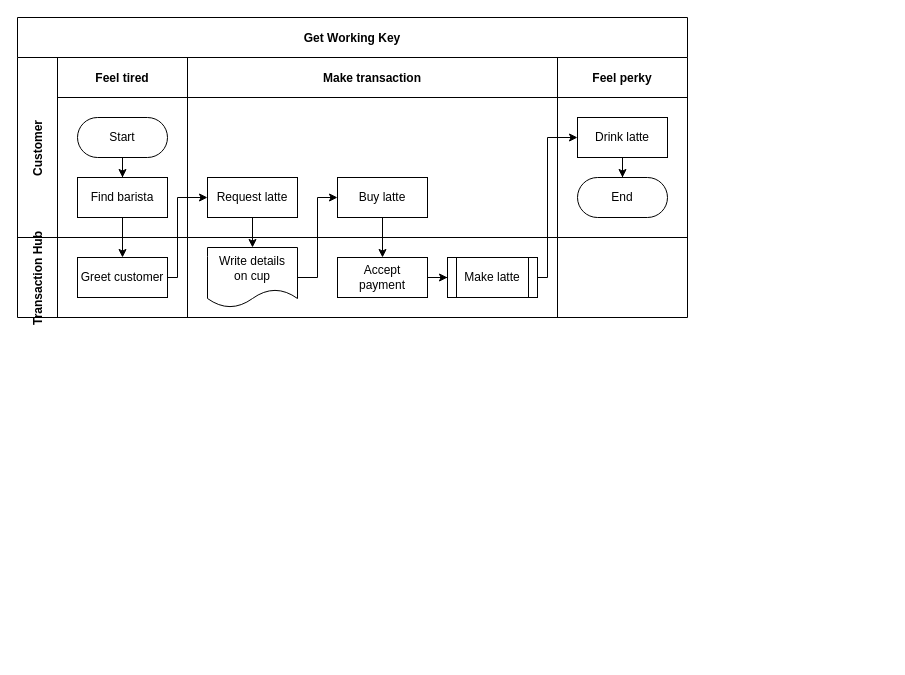
SmileDragonfly/transaction-hub keeps this draw.io diagram as docs/diagram.drawio. Above is the earlier version. Source tidied: cells renumbered, new cells numbered last; positions are measured from the earlier drawing's top-left corner, leaving out a move shared by most shapes. Both pictures are drawn from the tidied source at 100%, with x=0, y=0 at pixel (17, 17).
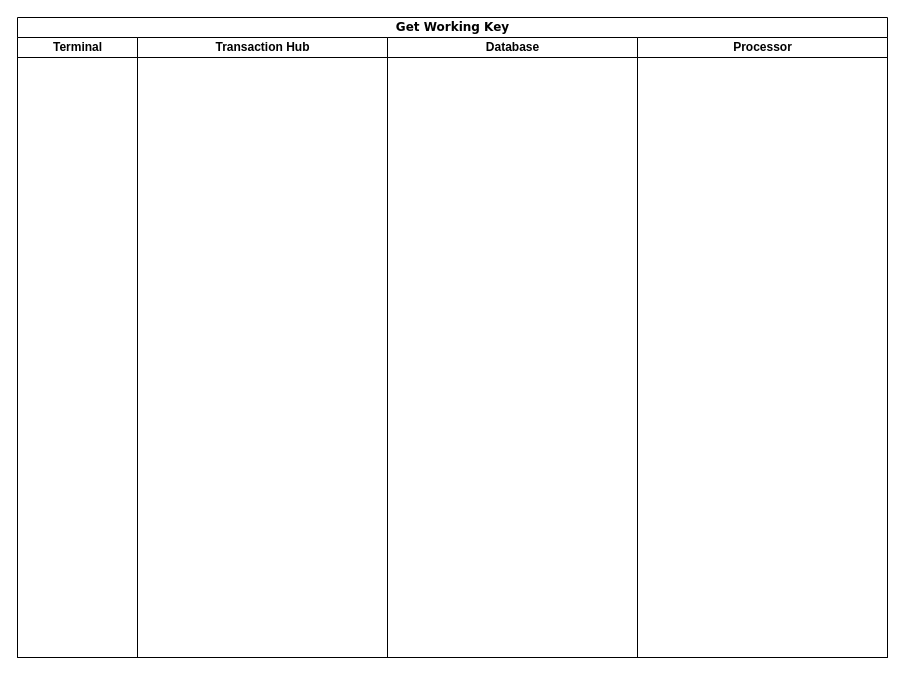
Above is the later version.

The edit, as a diff of the source:
```diff
@@
-    <mxCell id="2" value="Get Working Key" style="shape=table;childLayout=tableLayout;startSize=40;fillColor=none;fontStyle=1;" parent="1" vertex="1">
-      <mxGeometry width="670" height="300" as="geometry" />
+    <mxCell id="2" value="Get Working Key" style="swimlane;html=1;startSize=20;rounded=0;shadow=0;comic=0;labelBackgroundColor=none;strokeWidth=1;fontFamily=Verdana;fontSize=12;align=center;swimlaneLine=1;" parent="1" vertex="1">
+      <mxGeometry width="870" height="640" as="geometry" />
     </mxCell>
-    <mxCell id="3" style="edgeStyle=orthogonalEdgeStyle;rounded=0;jettySize=auto;html=1;" parent="2" edge="1" source="8" target="18">
-      <mxGeometry relative="1" as="geometry" />
-    </mxCell>
-    <mxCell id="4" value="Customer" style="shape=tableRow;horizontal=0;swimlaneHead=0;swimlaneBody=0;top=0;left=0;bottom=0;right=0;fillColor=none;startSize=40;fontStyle=1;" parent="2" vertex="1">
-      <mxGeometry y="40" width="670" height="180" as="geometry" />
-    </mxCell>
-    <mxCell id="5" value="Feel tired" style="swimlane;swimlaneHead=0;swimlaneBody=0;fillColor=none;startSize=40;fontStyle=1;" parent="4" vertex="1">
-      <mxGeometry x="40" width="130" height="180" as="geometry" />
-    </mxCell>
-    <mxCell id="6" style="edgeStyle=orthogonalEdgeStyle;rounded=0;jettySize=auto;html=1;" parent="5" edge="1" source="7" target="8">
-      <mxGeometry relative="1" as="geometry" />
-    </mxCell>
-    <mxCell id="7" value="Start" style="rounded=1;whiteSpace=wrap;html=1;arcSize=50;" parent="5" vertex="1">
-      <mxGeometry x="20" y="60" width="90" height="40" as="geometry" />
-    </mxCell>
-    <mxCell id="8" value="Find barista" style="rounded=0;whiteSpace=wrap;html=1;" parent="5" vertex="1">
-      <mxGeometry x="20" y="120" width="90" height="40" as="geometry" />
-    </mxCell>
-    <mxCell id="9" value="Make transaction" style="swimlane;swimlaneHead=0;swimlaneBody=0;fillColor=none;startSize=40;fontStyle=1;" parent="4" vertex="1">
-      <mxGeometry x="170" width="370" height="180" as="geometry" />
-    </mxCell>
-    <mxCell id="10" value="Request latte" style="rounded=0;whiteSpace=wrap;html=1;" parent="9" vertex="1">
-      <mxGeometry x="20" y="120" width="90" height="40" as="geometry" />
-    </mxCell>
-    <mxCell id="11" value="Buy latte" style="rounded=0;whiteSpace=wrap;html=1;" parent="9" vertex="1">
-      <mxGeometry x="150" y="120" width="90" height="40" as="geometry" />
-    </mxCell>
-    <mxCell id="12" value="Feel perky" style="swimlane;swimlaneHead=0;swimlaneBody=0;fillColor=none;startSize=40;fontStyle=1;" parent="4" vertex="1">
-      <mxGeometry x="540" width="130" height="180" as="geometry" />
-    </mxCell>
-    <mxCell id="13" style="edgeStyle=orthogonalEdgeStyle;rounded=0;jettySize=auto;html=1;" parent="12" edge="1" source="14" target="15">
-      <mxGeometry relative="1" as="geometry" />
-    </mxCell>
-    <mxCell id="14" value="Drink latte" style="rounded=0;whiteSpace=wrap;html=1;" parent="12" vertex="1">
-      <mxGeometry x="20" y="60" width="90" height="40" as="geometry" />
-    </mxCell>
-    <mxCell id="15" value="End" style="rounded=1;whiteSpace=wrap;html=1;arcSize=50;" parent="12" vertex="1">
-      <mxGeometry x="20" y="120" width="90" height="40" as="geometry" />
-    </mxCell>
+    <mxCell id="30" value="Terminal" style="swimlane;html=1;startSize=20;" parent="2" vertex="1">
+      <mxGeometry y="20" width="120" height="620" as="geometry" />
+    </mxCell>
-    <mxCell id="16" value="Transaction Hub" style="shape=tableRow;horizontal=0;swimlaneHead=0;swimlaneBody=0;top=0;left=0;bottom=0;right=0;fillColor=none;startSize=40;fontStyle=1;" parent="2" vertex="1">
-      <mxGeometry y="220" width="670" height="80" as="geometry" />
+    <mxCell id="16" value="Transaction Hub" style="swimlane;html=1;startSize=20;" parent="2" vertex="1">
+      <mxGeometry x="120" y="20" width="250" height="620" as="geometry" />
     </mxCell>
-    <mxCell id="17" style="swimlane;swimlaneHead=0;swimlaneBody=0;fillColor=none;startSize=0;fontStyle=1;" parent="16" vertex="1">
-      <mxGeometry x="40" width="130" height="80" as="geometry" />
-    </mxCell>
-    <mxCell id="18" value="Greet customer" style="rounded=0;whiteSpace=wrap;html=1;" parent="17" vertex="1">
-      <mxGeometry x="20" y="20" width="90" height="40" as="geometry" />
-    </mxCell>
-    <mxCell id="19" style="swimlane;swimlaneHead=0;swimlaneBody=0;fillColor=none;startSize=0;fontStyle=1;" parent="16" vertex="1">
-      <mxGeometry x="170" width="370" height="80" as="geometry" />
-    </mxCell>
-    <mxCell id="20" style="edgeStyle=orthogonalEdgeStyle;rounded=0;jettySize=auto;html=1;" parent="19" edge="1" source="21" target="23">
-      <mxGeometry relative="1" as="geometry" />
-    </mxCell>
-    <mxCell id="21" value="Accept&lt;br&gt;payment" style="rounded=0;whiteSpace=wrap;html=1;" parent="19" vertex="1">
-      <mxGeometry x="150" y="20" width="90" height="40" as="geometry" />
-    </mxCell>
-    <mxCell id="22" value="Write details&lt;br&gt;on cup" style="shape=document;whiteSpace=wrap;html=1;boundedLbl=1;" parent="19" vertex="1">
-      <mxGeometry x="20" y="10" width="90" height="60" as="geometry" />
-    </mxCell>
-    <mxCell id="23" value="Make latte" style="shape=process;whiteSpace=wrap;html=1;backgroundOutline=1;" parent="19" vertex="1">
-      <mxGeometry x="260" y="20" width="90" height="40" as="geometry" />
-    </mxCell>
-    <mxCell id="24" style="swimlane;swimlaneHead=0;swimlaneBody=0;fillColor=none;startSize=0;fontStyle=1;" parent="16" vertex="1">
-      <mxGeometry x="540" width="130" height="80" as="geometry" />
-    </mxCell>
-    <mxCell id="25" style="edgeStyle=orthogonalEdgeStyle;rounded=0;jettySize=auto;html=1;" parent="2" edge="1" source="18" target="10">
-      <mxGeometry relative="1" as="geometry">
-        <Array as="points">
-          <mxPoint x="160" y="260" />
-          <mxPoint x="160" y="180" />
-        </Array>
-      </mxGeometry>
-    </mxCell>
-    <mxCell id="26" style="edgeStyle=orthogonalEdgeStyle;rounded=0;jettySize=auto;html=1;" parent="2" edge="1" source="10" target="22">
-      <mxGeometry relative="1" as="geometry" />
-    </mxCell>
-    <mxCell id="27" style="edgeStyle=orthogonalEdgeStyle;rounded=0;jettySize=auto;html=1;" parent="2" edge="1" source="22" target="11">
-      <mxGeometry relative="1" as="geometry">
-        <Array as="points">
-          <mxPoint x="300" y="260" />
-          <mxPoint x="300" y="180" />
-        </Array>
-      </mxGeometry>
-    </mxCell>
-    <mxCell id="28" style="edgeStyle=orthogonalEdgeStyle;rounded=0;jettySize=auto;html=1;" parent="2" edge="1" source="11" target="21">
-      <mxGeometry relative="1" as="geometry" />
-    </mxCell>
-    <mxCell id="29" style="edgeStyle=orthogonalEdgeStyle;rounded=0;jettySize=auto;html=1;" parent="2" edge="1" source="23" target="14">
-      <mxGeometry relative="1" as="geometry">
-        <Array as="points">
-          <mxPoint x="530" y="260" />
-          <mxPoint x="530" y="120" />
-        </Array>
-      </mxGeometry>
-    </mxCell>
+    <mxCell id="31" value="Database" style="swimlane;html=1;startSize=20;" parent="2" vertex="1">
+      <mxGeometry x="370" y="20" width="250" height="620" as="geometry" />
+    </mxCell>
+    <mxCell id="32" value="Processor" style="swimlane;html=1;startSize=20;" parent="2" vertex="1">
+      <mxGeometry x="620" y="20" width="250" height="620" as="geometry" />
+    </mxCell>
```
